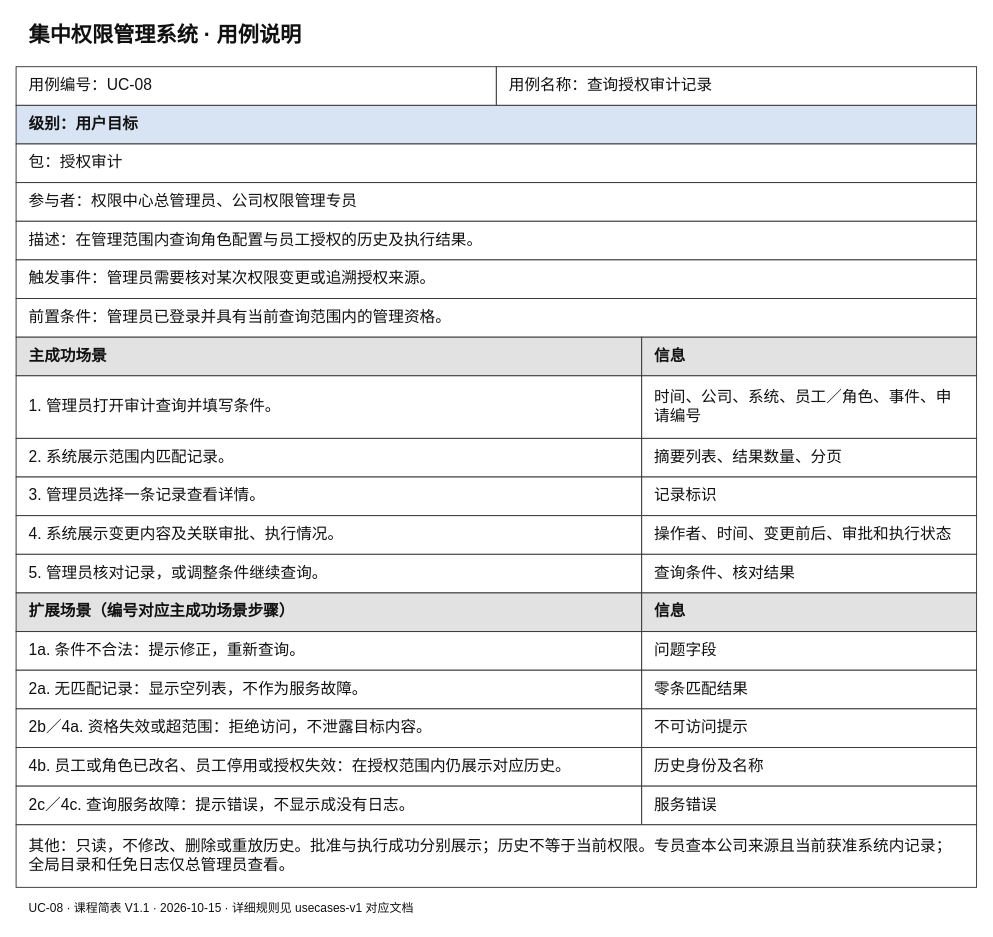
Earlier version of the draw.io diagram docs/按用例分类/UC-08_查询授权审计记录/课程简表.drawio (Noah-hope/RBAC-admin). Source tidied: cells renumbered, new cells numbered last; positions are measured from the earlier drawing's top-left corner, leaving out a move shared by most shapes. Both pictures are drawn from the tidied source at 92%, with x=0, y=0 at pixel (16, 16).
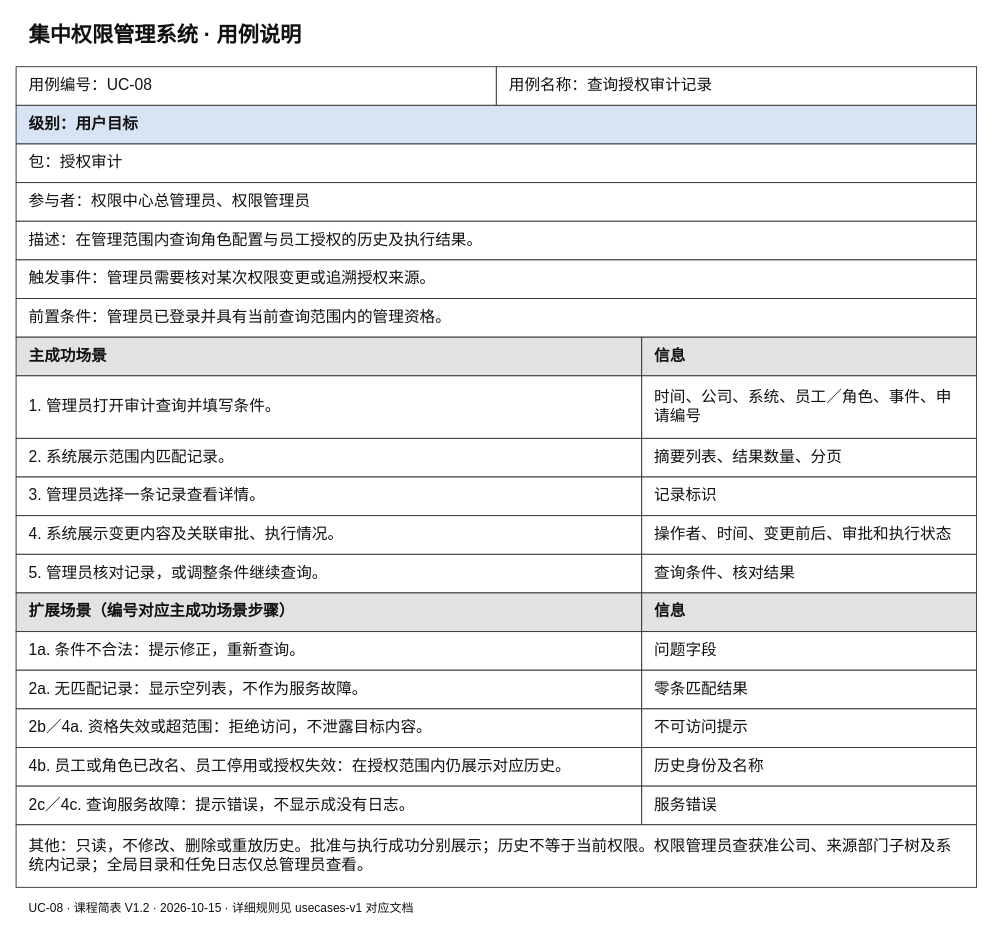
The same page after the edit.

What changed in the source:
```diff
@@
-    <mxCell id="7" value="参与者：权限中心总管理员、公司权限管理专员" style="rounded=0;whiteSpace=wrap;html=0;fontFamily=Microsoft YaHei;fontSize=17;fontColor=#111111;align=left;verticalAlign=middle;spacingLeft=12;spacingRight=12;spacingTop=8;spacingBottom=8;fillColor=#ffffff;strokeColor=#333333;fontStyle=0;" parent="1" vertex="1">
+    <mxCell id="7" value="参与者：权限中心总管理员、权限管理员" style="rounded=0;whiteSpace=wrap;html=0;fontFamily=Microsoft YaHei;fontSize=17;fontColor=#111111;align=left;verticalAlign=middle;spacingLeft=12;spacingRight=12;spacingTop=8;spacingBottom=8;fillColor=#ffffff;strokeColor=#333333;fontStyle=0;" parent="1" vertex="1">
       <mxGeometry y="181" width="1044" height="42" as="geometry" />
     </mxCell>
@@
-    <mxCell id="35" value="其他：只读，不修改、删除或重放历史。批准与执行成功分别展示；历史不等于当前权限。专员查本公司来源且当前获准系统内记录；全局目录和任免日志仅总管理员查看。" style="rounded=0;whiteSpace=wrap;html=0;fontFamily=Microsoft YaHei;fontSize=17;fontColor=#111111;align=left;verticalAlign=middle;spacingLeft=12;spacingRight=12;spacingTop=8;spacingBottom=8;fillColor=#ffffff;strokeColor=#333333;fontStyle=0;" parent="1" vertex="1">
+    <mxCell id="35" value="其他：只读，不修改、删除或重放历史。批准与执行成功分别展示；历史不等于当前权限。权限管理员查获准公司、来源部门子树及系统内记录；全局目录和任免日志仅总管理员查看。" style="rounded=0;whiteSpace=wrap;html=0;fontFamily=Microsoft YaHei;fontSize=17;fontColor=#111111;align=left;verticalAlign=middle;spacingLeft=12;spacingRight=12;spacingTop=8;spacingBottom=8;fillColor=#ffffff;strokeColor=#333333;fontStyle=0;" parent="1" vertex="1">
       <mxGeometry y="879" width="1044" height="68" as="geometry" />
     </mxCell>
-    <mxCell id="36" value="UC-08 · 课程简表 V1.1 · 2026-10-15 · 详细规则见 usecases-v1 对应文档" style="rounded=0;whiteSpace=wrap;html=0;fontFamily=Microsoft YaHei;fontSize=13;fontColor=#111111;align=left;verticalAlign=middle;spacingLeft=12;spacingRight=12;spacingTop=8;spacingBottom=8;fillColor=#ffffff;strokeColor=none;fontStyle=0;" parent="1" vertex="1">
+    <mxCell id="36" value="UC-08 · 课程简表 V1.2 · 2026-10-15 · 详细规则见 usecases-v1 对应文档" style="rounded=0;whiteSpace=wrap;html=0;fontFamily=Microsoft YaHei;fontSize=13;fontColor=#111111;align=left;verticalAlign=middle;spacingLeft=12;spacingRight=12;spacingTop=8;spacingBottom=8;fillColor=#ffffff;strokeColor=none;fontStyle=0;" parent="1" vertex="1">
       <mxGeometry y="954" width="1044" height="30" as="geometry" />
     </mxCell>
```
